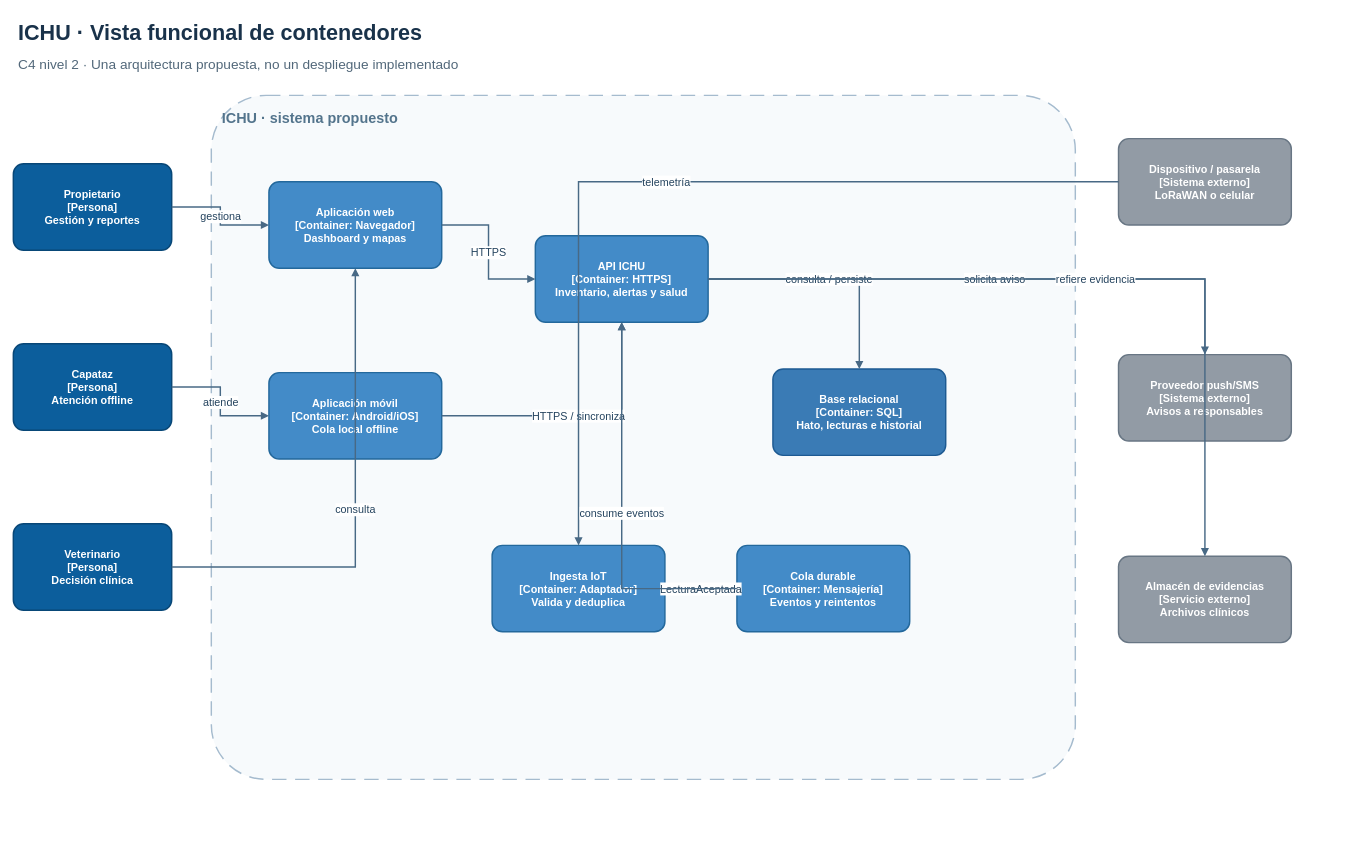
Earlier version of the draw.io diagram images/CHAPTER04/container-view-vp.drawio (Projecto-Fundamentos/Report2). Source tidied: cells renumbered, new cells numbered last; positions are measured from the earlier drawing's top-left corner, leaving out a move shared by most shapes. Both pictures are drawn from the tidied source at 72%, with x=0, y=0 at pixel (13, 12).
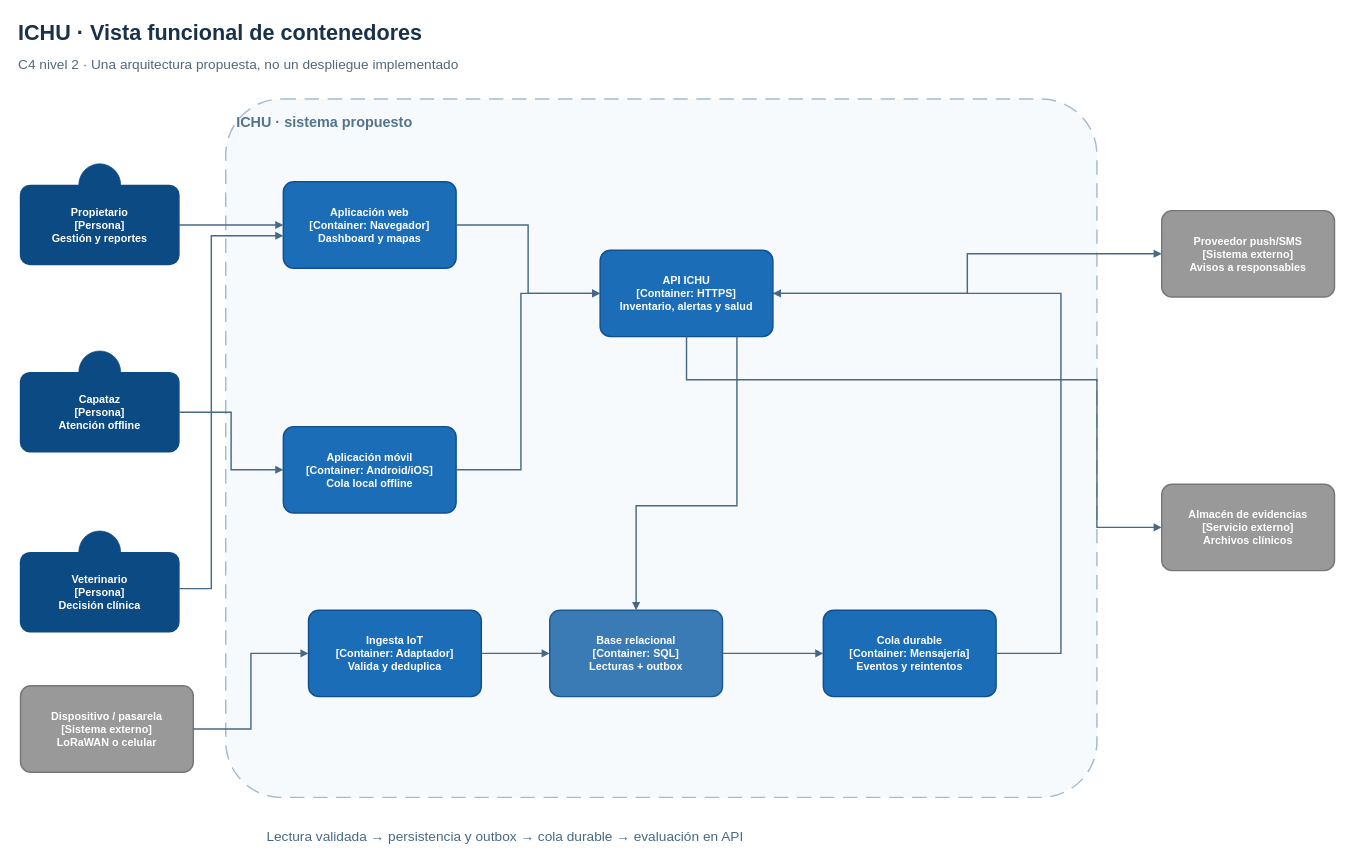
The same diagram, later.

Change to the diagram source:
```diff
@@
     <mxCell id="2" value="ICHU · sistema propuesto" style="rounded=1;arcSize=8;whiteSpace=wrap;html=1;fillColor=#F7FAFC;strokeColor=#A5BBCE;strokeWidth=2;dashed=1;dashPattern=10 6;fontColor=#53748C;fontSize=20;fontStyle=1;align=left;verticalAlign=top;spacing=15;" parent="1" vertex="1">
-      <mxGeometry x="275" y="115" width="1200" height="950" as="geometry" />
+      <mxGeometry x="295" y="120" width="1210" height="970" as="geometry" />
     </mxCell>
@@
-    <mxCell id="5" value="Propietario&#10;[Persona]&#10;Gestión y reportes" style="rounded=1;arcSize=12;whiteSpace=wrap;html=1;fillColor=#0C5E9C;strokeColor=#084777;strokeWidth=2;fontColor=#FFFFFF;fontSize=15;fontStyle=1;align=center;verticalAlign=middle;spacing=10;" parent="1" vertex="1">
-      <mxGeometry y="210" width="220" height="120" as="geometry" />
+    <mxCell id="5" style="ellipse;whiteSpace=wrap;html=1;fillColor=#0C4A83;strokeColor=#0C4A83;strokeWidth=1;" parent="1" vertex="1">
+      <mxGeometry x="91" y="210" width="58" height="58" as="geometry" />
     </mxCell>
-    <mxCell id="6" value="Capataz&#10;[Persona]&#10;Atención offline" style="rounded=1;arcSize=12;whiteSpace=wrap;html=1;fillColor=#0C5E9C;strokeColor=#084777;strokeWidth=2;fontColor=#FFFFFF;fontSize=15;fontStyle=1;align=center;verticalAlign=middle;spacing=10;" parent="1" vertex="1">
-      <mxGeometry y="460" width="220" height="120" as="geometry" />
+    <mxCell id="6" value="Propietario&#10;[Persona]&#10;Gestión y reportes" style="rounded=1;arcSize=12;whiteSpace=wrap;html=1;fillColor=#0C4A83;strokeColor=#0C4A83;strokeWidth=2;fontColor=#FFFFFF;fontSize=15;fontStyle=1;align=center;verticalAlign=middle;spacing=10;" parent="1" vertex="1">
+      <mxGeometry x="10" y="240" width="220" height="110" as="geometry" />
     </mxCell>
-    <mxCell id="7" value="Veterinario&#10;[Persona]&#10;Decisión clínica" style="rounded=1;arcSize=12;whiteSpace=wrap;html=1;fillColor=#0C5E9C;strokeColor=#084777;strokeWidth=2;fontColor=#FFFFFF;fontSize=15;fontStyle=1;align=center;verticalAlign=middle;spacing=10;" parent="1" vertex="1">
-      <mxGeometry y="710" width="220" height="120" as="geometry" />
+    <mxCell id="7" style="ellipse;whiteSpace=wrap;html=1;fillColor=#0C4A83;strokeColor=#0C4A83;strokeWidth=1;" parent="1" vertex="1">
+      <mxGeometry x="91" y="470" width="58" height="58" as="geometry" />
     </mxCell>
-    <mxCell id="8" value="Aplicación web&#10;[Container: Navegador]&#10;Dashboard y mapas" style="rounded=1;arcSize=12;whiteSpace=wrap;html=1;fillColor=#438BC8;strokeColor=#23689C;strokeWidth=2;fontColor=#FFFFFF;fontSize=15;fontStyle=1;align=center;verticalAlign=middle;spacing=10;" parent="1" vertex="1">
-      <mxGeometry x="355" y="235" width="240" height="120" as="geometry" />
+    <mxCell id="8" value="Capataz&#10;[Persona]&#10;Atención offline" style="rounded=1;arcSize=12;whiteSpace=wrap;html=1;fillColor=#0C4A83;strokeColor=#0C4A83;strokeWidth=2;fontColor=#FFFFFF;fontSize=15;fontStyle=1;align=center;verticalAlign=middle;spacing=10;" parent="1" vertex="1">
+      <mxGeometry x="10" y="500" width="220" height="110" as="geometry" />
     </mxCell>
-    <mxCell id="9" value="Aplicación móvil&#10;[Container: Android/iOS]&#10;Cola local offline" style="rounded=1;arcSize=12;whiteSpace=wrap;html=1;fillColor=#438BC8;strokeColor=#23689C;strokeWidth=2;fontColor=#FFFFFF;fontSize=15;fontStyle=1;align=center;verticalAlign=middle;spacing=10;" parent="1" vertex="1">
-      <mxGeometry x="355" y="500" width="240" height="120" as="geometry" />
+    <mxCell id="9" style="ellipse;whiteSpace=wrap;html=1;fillColor=#0C4A83;strokeColor=#0C4A83;strokeWidth=1;" parent="1" vertex="1">
+      <mxGeometry x="91" y="720" width="58" height="58" as="geometry" />
     </mxCell>
-    <mxCell id="10" value="Ingesta IoT&#10;[Container: Adaptador]&#10;Valida y deduplica" style="rounded=1;arcSize=12;whiteSpace=wrap;html=1;fillColor=#438BC8;strokeColor=#23689C;strokeWidth=2;fontColor=#FFFFFF;fontSize=15;fontStyle=1;align=center;verticalAlign=middle;spacing=10;" parent="1" vertex="1">
-      <mxGeometry x="665" y="740" width="240" height="120" as="geometry" />
+    <mxCell id="10" value="Veterinario&#10;[Persona]&#10;Decisión clínica" style="rounded=1;arcSize=12;whiteSpace=wrap;html=1;fillColor=#0C4A83;strokeColor=#0C4A83;strokeWidth=2;fontColor=#FFFFFF;fontSize=15;fontStyle=1;align=center;verticalAlign=middle;spacing=10;" parent="1" vertex="1">
+      <mxGeometry x="10" y="750" width="220" height="110" as="geometry" />
     </mxCell>
-    <mxCell id="11" value="API ICHU&#10;[Container: HTTPS]&#10;Inventario, alertas y salud" style="rounded=1;arcSize=12;whiteSpace=wrap;html=1;fillColor=#438BC8;strokeColor=#23689C;strokeWidth=2;fontColor=#FFFFFF;fontSize=15;fontStyle=1;align=center;verticalAlign=middle;spacing=10;" parent="1" vertex="1">
-      <mxGeometry x="725" y="310" width="240" height="120" as="geometry" />
+    <mxCell id="11" value="Aplicación web&#10;[Container: Navegador]&#10;Dashboard y mapas" style="rounded=1;arcSize=12;whiteSpace=wrap;html=1;fillColor=#1B6DB8;strokeColor=#11508D;strokeWidth=2;fontColor=#FFFFFF;fontSize=15;fontStyle=1;align=center;verticalAlign=middle;spacing=10;" parent="1" vertex="1">
+      <mxGeometry x="375" y="235" width="240" height="120" as="geometry" />
     </mxCell>
-    <mxCell id="12" value="Cola durable&#10;[Container: Mensajería]&#10;Eventos y reintentos" style="rounded=1;arcSize=12;whiteSpace=wrap;html=1;fillColor=#438BC8;strokeColor=#23689C;strokeWidth=2;fontColor=#FFFFFF;fontSize=15;fontStyle=1;align=center;verticalAlign=middle;spacing=10;" parent="1" vertex="1">
-      <mxGeometry x="1005" y="740" width="240" height="120" as="geometry" />
+    <mxCell id="12" value="Aplicación móvil&#10;[Container: Android/iOS]&#10;Cola local offline" style="rounded=1;arcSize=12;whiteSpace=wrap;html=1;fillColor=#1B6DB8;strokeColor=#11508D;strokeWidth=2;fontColor=#FFFFFF;fontSize=15;fontStyle=1;align=center;verticalAlign=middle;spacing=10;" parent="1" vertex="1">
+      <mxGeometry x="375" y="575" width="240" height="120" as="geometry" />
     </mxCell>
-    <mxCell id="13" value="Base relacional&#10;[Container: SQL]&#10;Hato, lecturas e historial" style="rounded=1;arcSize=12;whiteSpace=wrap;html=1;fillColor=#3A7BB5;strokeColor=#1D5A92;strokeWidth=2;fontColor=#FFFFFF;fontSize=15;fontStyle=1;align=center;verticalAlign=middle;spacing=10;" parent="1" vertex="1">
-      <mxGeometry x="1055" y="495" width="240" height="120" as="geometry" />
+    <mxCell id="13" value="Ingesta IoT&#10;[Container: Adaptador]&#10;Valida y deduplica" style="rounded=1;arcSize=12;whiteSpace=wrap;html=1;fillColor=#1B6DB8;strokeColor=#11508D;strokeWidth=2;fontColor=#FFFFFF;fontSize=15;fontStyle=1;align=center;verticalAlign=middle;spacing=10;" parent="1" vertex="1">
+      <mxGeometry x="410" y="830" width="240" height="120" as="geometry" />
     </mxCell>
-    <mxCell id="14" value="Dispositivo / pasarela&#10;[Sistema externo]&#10;LoRaWAN o celular" style="rounded=1;arcSize=12;whiteSpace=wrap;html=1;fillColor=#929BA5;strokeColor=#687684;strokeWidth=2;fontColor=#FFFFFF;fontSize=15;fontStyle=1;align=center;verticalAlign=middle;spacing=10;" parent="1" vertex="1">
-      <mxGeometry x="1535" y="175" width="240" height="120" as="geometry" />
+    <mxCell id="14" value="API ICHU&#10;[Container: HTTPS]&#10;Inventario, alertas y salud" style="rounded=1;arcSize=12;whiteSpace=wrap;html=1;fillColor=#1B6DB8;strokeColor=#11508D;strokeWidth=2;fontColor=#FFFFFF;fontSize=15;fontStyle=1;align=center;verticalAlign=middle;spacing=10;" parent="1" vertex="1">
+      <mxGeometry x="815" y="330" width="240" height="120" as="geometry" />
     </mxCell>
-    <mxCell id="15" value="Proveedor push/SMS&#10;[Sistema externo]&#10;Avisos a responsables" style="rounded=1;arcSize=12;whiteSpace=wrap;html=1;fillColor=#929BA5;strokeColor=#687684;strokeWidth=2;fontColor=#FFFFFF;fontSize=15;fontStyle=1;align=center;verticalAlign=middle;spacing=10;" parent="1" vertex="1">
-      <mxGeometry x="1535" y="475" width="240" height="120" as="geometry" />
+    <mxCell id="15" value="Base relacional&#10;[Container: SQL]&#10;Lecturas + outbox" style="rounded=1;arcSize=12;whiteSpace=wrap;html=1;fillColor=#3A7BB5;strokeColor=#1D5A92;strokeWidth=2;fontColor=#FFFFFF;fontSize=15;fontStyle=1;align=center;verticalAlign=middle;spacing=10;" parent="1" vertex="1">
+      <mxGeometry x="745" y="830" width="240" height="120" as="geometry" />
     </mxCell>
-    <mxCell id="16" value="Almacén de evidencias&#10;[Servicio externo]&#10;Archivos clínicos" style="rounded=1;arcSize=12;whiteSpace=wrap;html=1;fillColor=#929BA5;strokeColor=#687684;strokeWidth=2;fontColor=#FFFFFF;fontSize=15;fontStyle=1;align=center;verticalAlign=middle;spacing=10;" parent="1" vertex="1">
-      <mxGeometry x="1535" y="755" width="240" height="120" as="geometry" />
+    <mxCell id="16" value="Cola durable&#10;[Container: Mensajería]&#10;Eventos y reintentos" style="rounded=1;arcSize=12;whiteSpace=wrap;html=1;fillColor=#1B6DB8;strokeColor=#11508D;strokeWidth=2;fontColor=#FFFFFF;fontSize=15;fontStyle=1;align=center;verticalAlign=middle;spacing=10;" parent="1" vertex="1">
+      <mxGeometry x="1125" y="830" width="240" height="120" as="geometry" />
     </mxCell>
-    <mxCell id="17" value="gestiona" style="edgeStyle=orthogonalEdgeStyle;rounded=0;jettySize=auto;html=1;strokeColor=#486985;strokeWidth=2;endArrow=block;endFill=1;fontColor=#24435E;fontSize=15;labelBackgroundColor=#FFFFFF;" parent="1" edge="1" source="5" target="8">
-      <mxGeometry relative="1" as="geometry" />
+    <mxCell id="17" value="Dispositivo / pasarela&#10;[Sistema externo]&#10;LoRaWAN o celular" style="rounded=1;arcSize=12;whiteSpace=wrap;html=1;fillColor=#999999;strokeColor=#777777;strokeWidth=2;fontColor=#FFFFFF;fontSize=15;fontStyle=1;align=center;verticalAlign=middle;spacing=10;" parent="1" vertex="1">
+      <mxGeometry x="10" y="935" width="240" height="120" as="geometry" />
     </mxCell>
-    <mxCell id="18" value="atiende" style="edgeStyle=orthogonalEdgeStyle;rounded=0;jettySize=auto;html=1;strokeColor=#486985;strokeWidth=2;endArrow=block;endFill=1;fontColor=#24435E;fontSize=15;labelBackgroundColor=#FFFFFF;" parent="1" edge="1" source="6" target="9">
-      <mxGeometry relative="1" as="geometry" />
+    <mxCell id="18" value="Proveedor push/SMS&#10;[Sistema externo]&#10;Avisos a responsables" style="rounded=1;arcSize=12;whiteSpace=wrap;html=1;fillColor=#999999;strokeColor=#777777;strokeWidth=2;fontColor=#FFFFFF;fontSize=15;fontStyle=1;align=center;verticalAlign=middle;spacing=10;" parent="1" vertex="1">
+      <mxGeometry x="1595" y="275" width="240" height="120" as="geometry" />
     </mxCell>
-    <mxCell id="19" value="consulta" style="edgeStyle=orthogonalEdgeStyle;rounded=0;jettySize=auto;html=1;strokeColor=#486985;strokeWidth=2;endArrow=block;endFill=1;fontColor=#24435E;fontSize=15;labelBackgroundColor=#FFFFFF;" parent="1" edge="1" source="7" target="8">
-      <mxGeometry relative="1" as="geometry" />
+    <mxCell id="19" value="Almacén de evidencias&#10;[Servicio externo]&#10;Archivos clínicos" style="rounded=1;arcSize=12;whiteSpace=wrap;html=1;fillColor=#999999;strokeColor=#777777;strokeWidth=2;fontColor=#FFFFFF;fontSize=15;fontStyle=1;align=center;verticalAlign=middle;spacing=10;" parent="1" vertex="1">
+      <mxGeometry x="1595" y="655" width="240" height="120" as="geometry" />
     </mxCell>
-    <mxCell id="20" value="HTTPS" style="edgeStyle=orthogonalEdgeStyle;rounded=0;jettySize=auto;html=1;strokeColor=#486985;strokeWidth=2;endArrow=block;endFill=1;fontColor=#24435E;fontSize=15;labelBackgroundColor=#FFFFFF;" parent="1" edge="1" source="8" target="11">
+    <mxCell id="20" style="edgeStyle=orthogonalEdgeStyle;rounded=0;jettySize=auto;html=1;strokeColor=#486985;strokeWidth=2;endArrow=block;endFill=1;fontColor=#24435E;fontSize=15;labelBackgroundColor=#FFFFFF;" parent="1" edge="1" source="6" target="11">
       <mxGeometry relative="1" as="geometry" />
     </mxCell>
-    <mxCell id="21" value="HTTPS / sincroniza" style="edgeStyle=orthogonalEdgeStyle;rounded=0;jettySize=auto;html=1;strokeColor=#486985;strokeWidth=2;endArrow=block;endFill=1;fontColor=#24435E;fontSize=15;labelBackgroundColor=#FFFFFF;" parent="1" edge="1" source="9" target="11">
+    <mxCell id="21" style="edgeStyle=orthogonalEdgeStyle;rounded=0;jettySize=auto;html=1;strokeColor=#486985;strokeWidth=2;endArrow=block;endFill=1;fontColor=#24435E;fontSize=15;labelBackgroundColor=#FFFFFF;" parent="1" edge="1" source="8" target="12">
       <mxGeometry relative="1" as="geometry" />
     </mxCell>
-    <mxCell id="22" value="telemetría" style="edgeStyle=orthogonalEdgeStyle;rounded=0;jettySize=auto;html=1;strokeColor=#486985;strokeWidth=2;endArrow=block;endFill=1;fontColor=#24435E;fontSize=15;labelBackgroundColor=#FFFFFF;" parent="1" edge="1" source="14" target="10">
-      <mxGeometry relative="1" as="geometry" />
+    <mxCell id="22" style="edgeStyle=orthogonalEdgeStyle;rounded=0;jettySize=auto;html=1;strokeColor=#486985;strokeWidth=2;endArrow=block;endFill=1;fontColor=#24435E;fontSize=15;labelBackgroundColor=#FFFFFF;" parent="1" edge="1" source="10" target="11">
+      <mxGeometry relative="1" as="geometry">
+        <Array as="points">
+          <mxPoint x="275" y="800" />
+          <mxPoint x="275" y="310" />
+        </Array>
+      </mxGeometry>
     </mxCell>
-    <mxCell id="23" value="LecturaAceptada" style="edgeStyle=orthogonalEdgeStyle;rounded=0;jettySize=auto;html=1;strokeColor=#486985;strokeWidth=2;endArrow=block;endFill=1;fontColor=#24435E;fontSize=15;labelBackgroundColor=#FFFFFF;" parent="1" edge="1" source="10" target="12">
+    <mxCell id="23" style="edgeStyle=orthogonalEdgeStyle;rounded=0;jettySize=auto;html=1;strokeColor=#486985;strokeWidth=2;endArrow=block;endFill=1;fontColor=#24435E;fontSize=15;labelBackgroundColor=#FFFFFF;" parent="1" edge="1" source="11" target="14">
       <mxGeometry relative="1" as="geometry" />
     </mxCell>
-    <mxCell id="24" value="consume eventos" style="edgeStyle=orthogonalEdgeStyle;rounded=0;jettySize=auto;html=1;strokeColor=#486985;strokeWidth=2;endArrow=block;endFill=1;fontColor=#24435E;fontSize=15;labelBackgroundColor=#FFFFFF;" parent="1" edge="1" source="12" target="11">
-      <mxGeometry relative="1" as="geometry" />
+    <mxCell id="24" style="edgeStyle=orthogonalEdgeStyle;rounded=0;jettySize=auto;html=1;strokeColor=#486985;strokeWidth=2;endArrow=block;endFill=1;fontColor=#24435E;fontSize=15;labelBackgroundColor=#FFFFFF;" parent="1" edge="1" source="12" target="14">
+      <mxGeometry relative="1" as="geometry">
+        <Array as="points">
+          <mxPoint x="705" y="635" />
+          <mxPoint x="705" y="390" />
+        </Array>
+      </mxGeometry>
     </mxCell>
-    <mxCell id="25" value="consulta / persiste" style="edgeStyle=orthogonalEdgeStyle;rounded=0;jettySize=auto;html=1;strokeColor=#486985;strokeWidth=2;endArrow=block;endFill=1;fontColor=#24435E;fontSize=15;labelBackgroundColor=#FFFFFF;" parent="1" edge="1" source="11" target="13">
+    <mxCell id="25" style="edgeStyle=orthogonalEdgeStyle;rounded=0;jettySize=auto;html=1;strokeColor=#486985;strokeWidth=2;endArrow=block;endFill=1;fontColor=#24435E;fontSize=15;labelBackgroundColor=#FFFFFF;" parent="1" edge="1" source="17" target="13">
       <mxGeometry relative="1" as="geometry" />
     </mxCell>
-    <mxCell id="26" value="solicita aviso" style="edgeStyle=orthogonalEdgeStyle;rounded=0;jettySize=auto;html=1;strokeColor=#486985;strokeWidth=2;endArrow=block;endFill=1;fontColor=#24435E;fontSize=15;labelBackgroundColor=#FFFFFF;" parent="1" edge="1" source="11" target="15">
+    <mxCell id="26" style="edgeStyle=orthogonalEdgeStyle;rounded=0;jettySize=auto;html=1;strokeColor=#486985;strokeWidth=2;endArrow=block;endFill=1;fontColor=#24435E;fontSize=15;labelBackgroundColor=#FFFFFF;" parent="1" edge="1" source="13" target="15">
       <mxGeometry relative="1" as="geometry" />
     </mxCell>
-    <mxCell id="27" value="refiere evidencia" style="edgeStyle=orthogonalEdgeStyle;rounded=0;jettySize=auto;html=1;strokeColor=#486985;strokeWidth=2;endArrow=block;endFill=1;fontColor=#24435E;fontSize=15;labelBackgroundColor=#FFFFFF;" parent="1" edge="1" source="11" target="16">
+    <mxCell id="27" style="edgeStyle=orthogonalEdgeStyle;rounded=0;jettySize=auto;html=1;strokeColor=#486985;strokeWidth=2;endArrow=block;endFill=1;fontColor=#24435E;fontSize=15;labelBackgroundColor=#FFFFFF;" parent="1" edge="1" source="15" target="16">
       <mxGeometry relative="1" as="geometry" />
     </mxCell>
+    <mxCell id="28" style="edgeStyle=orthogonalEdgeStyle;rounded=0;jettySize=auto;html=1;strokeColor=#486985;strokeWidth=2;endArrow=block;endFill=1;fontColor=#24435E;fontSize=15;labelBackgroundColor=#FFFFFF;" parent="1" edge="1" source="16" target="14">
+      <mxGeometry relative="1" as="geometry">
+        <Array as="points">
+          <mxPoint x="1455" y="890" />
+          <mxPoint x="1455" y="390" />
+        </Array>
+      </mxGeometry>
+    </mxCell>
+    <mxCell id="29" style="edgeStyle=orthogonalEdgeStyle;rounded=0;jettySize=auto;html=1;strokeColor=#486985;strokeWidth=2;endArrow=block;endFill=1;fontColor=#24435E;fontSize=15;labelBackgroundColor=#FFFFFF;" parent="1" edge="1" source="14" target="15">
+      <mxGeometry relative="1" as="geometry">
+        <Array as="points">
+          <mxPoint x="1005" y="685" />
+        </Array>
+      </mxGeometry>
+    </mxCell>
+    <mxCell id="30" style="edgeStyle=orthogonalEdgeStyle;rounded=0;jettySize=auto;html=1;strokeColor=#486985;strokeWidth=2;endArrow=block;endFill=1;fontColor=#24435E;fontSize=15;labelBackgroundColor=#FFFFFF;" parent="1" edge="1" source="14" target="18">
+      <mxGeometry relative="1" as="geometry" />
+    </mxCell>
+    <mxCell id="31" style="edgeStyle=orthogonalEdgeStyle;rounded=0;jettySize=auto;html=1;strokeColor=#486985;strokeWidth=2;endArrow=block;endFill=1;fontColor=#24435E;fontSize=15;labelBackgroundColor=#FFFFFF;" parent="1" edge="1" source="14" target="19">
+      <mxGeometry relative="1" as="geometry">
+        <Array as="points">
+          <mxPoint x="1505" y="510" />
+          <mxPoint x="1505" y="715" />
+        </Array>
+      </mxGeometry>
+    </mxCell>
+    <mxCell id="32" value="Lectura validada → persistencia y outbox → cola durable → evaluación en API" style="text;html=1;whiteSpace=wrap;strokeColor=none;fillColor=none;fontColor=#486985;fontSize=19;fontStyle=0;align=left;verticalAlign=middle;" parent="1" vertex="1">
+      <mxGeometry x="350" y="1125" width="1460" height="40" as="geometry" />
+    </mxCell>
```
